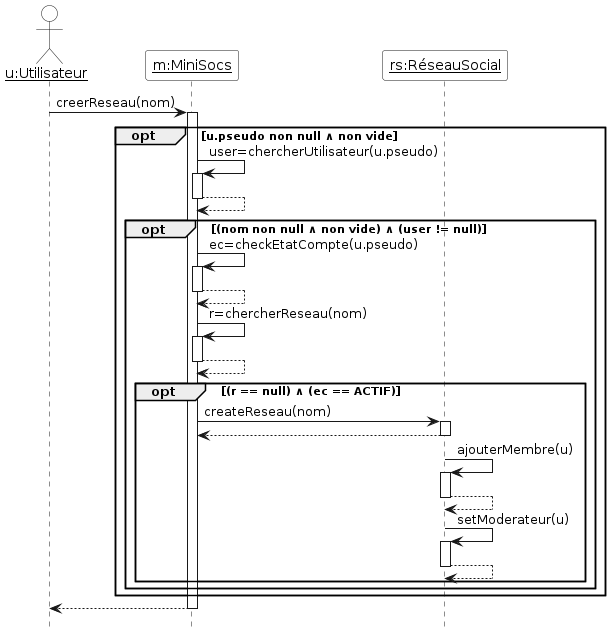
Above: Diagrammes/minisocs_uml_diag_seq_creer_reseau.png in ThELud0/Minisocs (PlantUML), before the change.
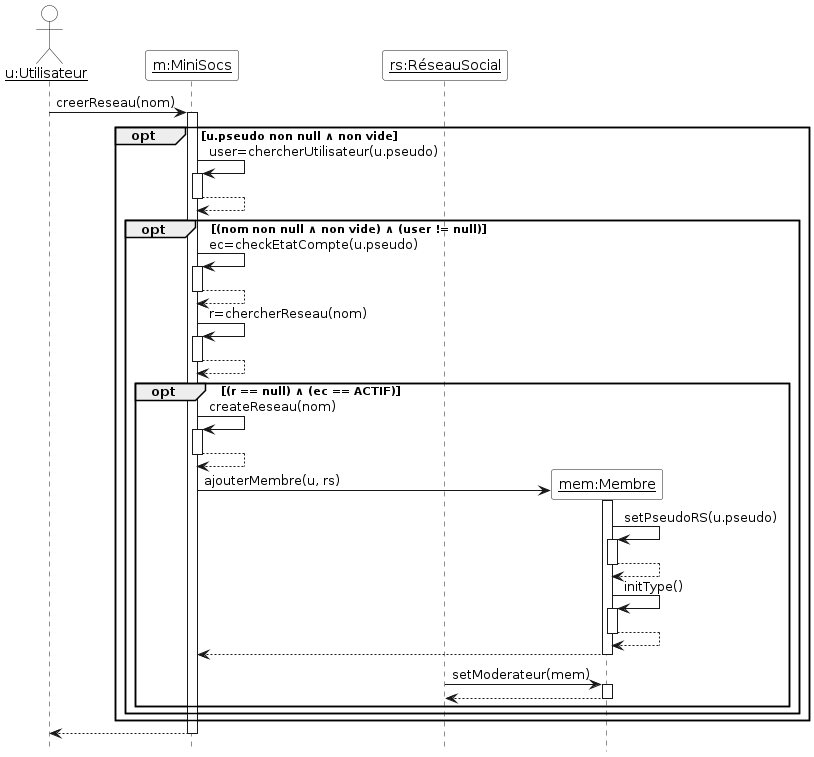
The same file after the commit.

Commit message:
ajout classe membre à diag seq creer reseau

Change to the diagram source:
```diff
@@ -21,12 +21,19 @@
 m -> m ++ : r=chercherReseau(nom)
 return
 opt (r == null) ∧ (ec == ACTIF)
-m -> rs ++ : createReseau(nom)
+m -> m ++ : createReseau(nom)
 return
-rs -> rs ++ : ajouterMembre(u)
+create "__mem:Membre__" as mem
+m -> "__mem:Membre__" as mem ++ : ajouterMembre(u, rs)
+mem -> mem ++ : setPseudoRS(u.pseudo)
 return
-rs -> rs ++ : setModerateur(u)
+mem -> mem ++ : initType()
 return
+return
+
+rs -> "__mem:Membre__" as mem ++ : setModerateur(mem)
+return
+
 end
 end
 end
```
